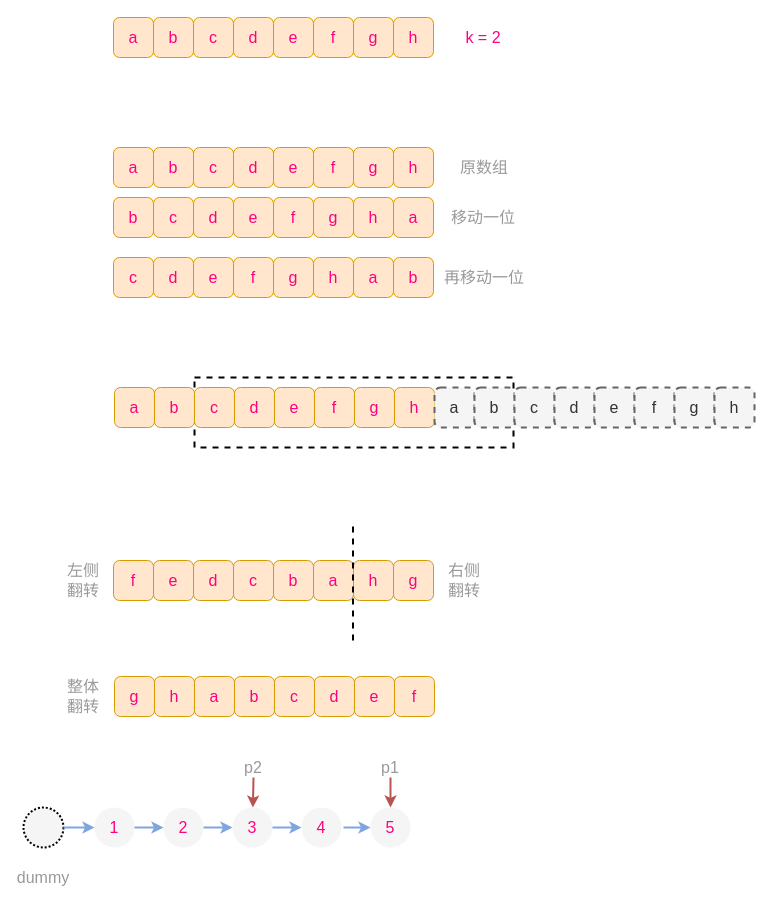
Above: source/_posts/drawio/rotate-seq.drawio in azl397985856/blog (draw.io), before the change. Source tidied: cells renumbered, new cells numbered last; positions are measured from the earlier drawing's top-left corner, leaving out a move shared by most shapes. Both pictures are drawn from the tidied source at 100%, with x=0, y=0 at pixel (23, 17).
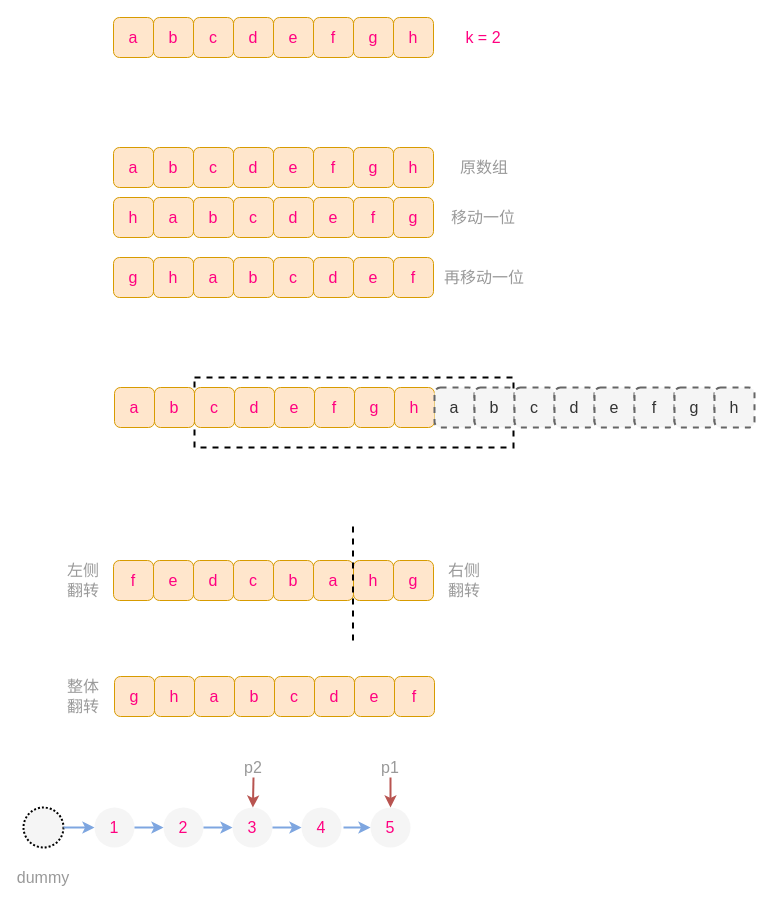
Above is the later version.

The edit, as a diff of the source:
```diff
@@
-    <mxCell id="12" value="a" style="rounded=1;whiteSpace=wrap;html=1;fillColor=#ffe6cc;strokeColor=#d79b00;fontSize=16;fontColor=#FF0080;" parent="1" vertex="1">
+    <mxCell id="12" value="g" style="rounded=1;whiteSpace=wrap;html=1;fillColor=#ffe6cc;strokeColor=#d79b00;fontSize=16;fontColor=#FF0080;" parent="1" vertex="1">
       <mxGeometry x="370" y="180" width="40" height="40" as="geometry" />
     </mxCell>
-    <mxCell id="13" value="b" style="rounded=1;whiteSpace=wrap;html=1;fillColor=#ffe6cc;strokeColor=#d79b00;fontSize=16;fontColor=#FF0080;" parent="1" vertex="1">
+    <mxCell id="13" value="h" style="rounded=1;whiteSpace=wrap;html=1;fillColor=#ffe6cc;strokeColor=#d79b00;fontSize=16;fontColor=#FF0080;" parent="1" vertex="1">
       <mxGeometry x="90" y="180" width="40" height="40" as="geometry" />
     </mxCell>
-    <mxCell id="14" value="c" style="rounded=1;whiteSpace=wrap;html=1;fillColor=#ffe6cc;strokeColor=#d79b00;fontSize=16;fontColor=#FF0080;" parent="1" vertex="1">
+    <mxCell id="14" value="a" style="rounded=1;whiteSpace=wrap;html=1;fillColor=#ffe6cc;strokeColor=#d79b00;fontSize=16;fontColor=#FF0080;" parent="1" vertex="1">
       <mxGeometry x="130" y="180" width="40" height="40" as="geometry" />
     </mxCell>
-    <mxCell id="15" value="d" style="rounded=1;whiteSpace=wrap;html=1;fillColor=#ffe6cc;strokeColor=#d79b00;fontSize=16;fontColor=#FF0080;" parent="1" vertex="1">
+    <mxCell id="15" value="b" style="rounded=1;whiteSpace=wrap;html=1;fillColor=#ffe6cc;strokeColor=#d79b00;fontSize=16;fontColor=#FF0080;" parent="1" vertex="1">
       <mxGeometry x="170" y="180" width="40" height="40" as="geometry" />
     </mxCell>
-    <mxCell id="16" value="e" style="rounded=1;whiteSpace=wrap;html=1;fillColor=#ffe6cc;strokeColor=#d79b00;fontSize=16;fontColor=#FF0080;" parent="1" vertex="1">
+    <mxCell id="16" value="c" style="rounded=1;whiteSpace=wrap;html=1;fillColor=#ffe6cc;strokeColor=#d79b00;fontSize=16;fontColor=#FF0080;" parent="1" vertex="1">
       <mxGeometry x="210" y="180" width="40" height="40" as="geometry" />
     </mxCell>
-    <mxCell id="17" value="f" style="rounded=1;whiteSpace=wrap;html=1;fillColor=#ffe6cc;strokeColor=#d79b00;fontSize=16;fontColor=#FF0080;" parent="1" vertex="1">
+    <mxCell id="17" value="d" style="rounded=1;whiteSpace=wrap;html=1;fillColor=#ffe6cc;strokeColor=#d79b00;fontSize=16;fontColor=#FF0080;" parent="1" vertex="1">
       <mxGeometry x="250" y="180" width="40" height="40" as="geometry" />
     </mxCell>
-    <mxCell id="18" value="g" style="rounded=1;whiteSpace=wrap;html=1;fillColor=#ffe6cc;strokeColor=#d79b00;fontSize=16;fontColor=#FF0080;" parent="1" vertex="1">
+    <mxCell id="18" value="e" style="rounded=1;whiteSpace=wrap;html=1;fillColor=#ffe6cc;strokeColor=#d79b00;fontSize=16;fontColor=#FF0080;" parent="1" vertex="1">
       <mxGeometry x="290" y="180" width="40" height="40" as="geometry" />
     </mxCell>
-    <mxCell id="19" value="h" style="rounded=1;whiteSpace=wrap;html=1;fillColor=#ffe6cc;strokeColor=#d79b00;fontSize=16;fontColor=#FF0080;" parent="1" vertex="1">
+    <mxCell id="19" value="f" style="rounded=1;whiteSpace=wrap;html=1;fillColor=#ffe6cc;strokeColor=#d79b00;fontSize=16;fontColor=#FF0080;" parent="1" vertex="1">
       <mxGeometry x="330" y="180" width="40" height="40" as="geometry" />
     </mxCell>
@@
-    <mxCell id="22" value="a" style="rounded=1;whiteSpace=wrap;html=1;fillColor=#ffe6cc;strokeColor=#d79b00;fontSize=16;fontColor=#FF0080;" parent="1" vertex="1">
+    <mxCell id="22" value="e" style="rounded=1;whiteSpace=wrap;html=1;fillColor=#ffe6cc;strokeColor=#d79b00;fontSize=16;fontColor=#FF0080;" parent="1" vertex="1">
       <mxGeometry x="330" y="240" width="40" height="40" as="geometry" />
     </mxCell>
-    <mxCell id="23" value="b" style="rounded=1;whiteSpace=wrap;html=1;fillColor=#ffe6cc;strokeColor=#d79b00;fontSize=16;fontColor=#FF0080;" parent="1" vertex="1">
+    <mxCell id="23" value="f" style="rounded=1;whiteSpace=wrap;html=1;fillColor=#ffe6cc;strokeColor=#d79b00;fontSize=16;fontColor=#FF0080;" parent="1" vertex="1">
       <mxGeometry x="370" y="240" width="40" height="40" as="geometry" />
     </mxCell>
-    <mxCell id="24" value="c" style="rounded=1;whiteSpace=wrap;html=1;fillColor=#ffe6cc;strokeColor=#d79b00;fontSize=16;fontColor=#FF0080;" parent="1" vertex="1">
+    <mxCell id="24" value="g" style="rounded=1;whiteSpace=wrap;html=1;fillColor=#ffe6cc;strokeColor=#d79b00;fontSize=16;fontColor=#FF0080;" parent="1" vertex="1">
       <mxGeometry x="90" y="240" width="40" height="40" as="geometry" />
     </mxCell>
-    <mxCell id="25" value="d" style="rounded=1;whiteSpace=wrap;html=1;fillColor=#ffe6cc;strokeColor=#d79b00;fontSize=16;fontColor=#FF0080;" parent="1" vertex="1">
+    <mxCell id="25" value="h" style="rounded=1;whiteSpace=wrap;html=1;fillColor=#ffe6cc;strokeColor=#d79b00;fontSize=16;fontColor=#FF0080;" parent="1" vertex="1">
       <mxGeometry x="130" y="240" width="40" height="40" as="geometry" />
     </mxCell>
-    <mxCell id="26" value="e" style="rounded=1;whiteSpace=wrap;html=1;fillColor=#ffe6cc;strokeColor=#d79b00;fontSize=16;fontColor=#FF0080;" parent="1" vertex="1">
+    <mxCell id="26" value="a" style="rounded=1;whiteSpace=wrap;html=1;fillColor=#ffe6cc;strokeColor=#d79b00;fontSize=16;fontColor=#FF0080;" parent="1" vertex="1">
       <mxGeometry x="170" y="240" width="40" height="40" as="geometry" />
     </mxCell>
-    <mxCell id="27" value="f" style="rounded=1;whiteSpace=wrap;html=1;fillColor=#ffe6cc;strokeColor=#d79b00;fontSize=16;fontColor=#FF0080;" parent="1" vertex="1">
+    <mxCell id="27" value="b" style="rounded=1;whiteSpace=wrap;html=1;fillColor=#ffe6cc;strokeColor=#d79b00;fontSize=16;fontColor=#FF0080;" parent="1" vertex="1">
       <mxGeometry x="210" y="240" width="40" height="40" as="geometry" />
     </mxCell>
-    <mxCell id="28" value="g" style="rounded=1;whiteSpace=wrap;html=1;fillColor=#ffe6cc;strokeColor=#d79b00;fontSize=16;fontColor=#FF0080;" parent="1" vertex="1">
+    <mxCell id="28" value="c" style="rounded=1;whiteSpace=wrap;html=1;fillColor=#ffe6cc;strokeColor=#d79b00;fontSize=16;fontColor=#FF0080;" parent="1" vertex="1">
       <mxGeometry x="250" y="240" width="40" height="40" as="geometry" />
     </mxCell>
-    <mxCell id="29" value="h" style="rounded=1;whiteSpace=wrap;html=1;fillColor=#ffe6cc;strokeColor=#d79b00;fontSize=16;fontColor=#FF0080;" parent="1" vertex="1">
+    <mxCell id="29" value="d" style="rounded=1;whiteSpace=wrap;html=1;fillColor=#ffe6cc;strokeColor=#d79b00;fontSize=16;fontColor=#FF0080;" parent="1" vertex="1">
       <mxGeometry x="290" y="240" width="40" height="40" as="geometry" />
     </mxCell>
```
